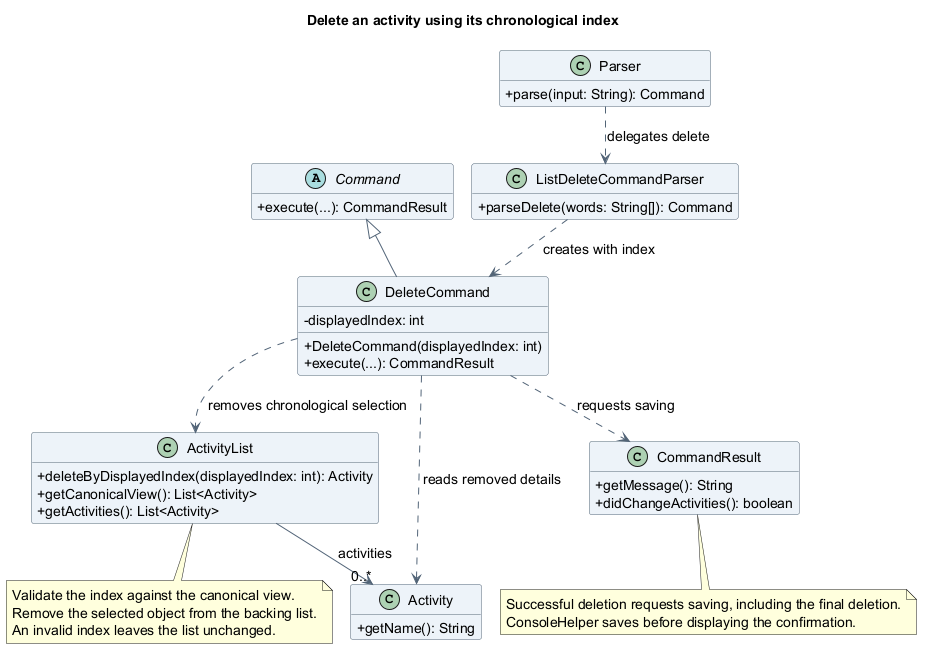
Above: docs/images/asyraf/class/DeleteActivityClassDiagram.png in AY2627S1-CS2113-T10-4/tp (PlantUML), before the change. Source of this version:
```plantuml
@startuml
!pragma layout smetana
title Delete an activity using its chronological index
skinparam backgroundColor white
skinparam shadowing false
skinparam defaultFontName SansSerif
skinparam defaultFontSize 14
skinparam ArrowColor #526477
skinparam classAttributeIconSize 0
skinparam classBackgroundColor #EDF3F8
skinparam classBorderColor #526477
hide empty members

abstract class Command {
  +execute(...): CommandResult
}
class Parser {
  +parse(input: String): Command
}
class ListDeleteCommandParser {
  +parseDelete(words: String[]): Command
}
class DeleteCommand {
  -displayedIndex: int
  +DeleteCommand(displayedIndex: int)
  +execute(...): CommandResult
}
class ActivityList {
  +deleteByDisplayedIndex(displayedIndex: int): Activity
  +getCanonicalView(): List<Activity>
  +getActivities(): List<Activity>
}
class Activity {
  +getName(): String
}
class CommandResult {
  +getMessage(): String
  +didChangeActivities(): boolean
}
Command <|-- DeleteCommand
Parser ..> ListDeleteCommandParser : delegates delete
ListDeleteCommandParser ..> DeleteCommand : creates with index
DeleteCommand ..> ActivityList : removes chronological selection
DeleteCommand ..> Activity : reads removed details
DeleteCommand ..> CommandResult : requests saving
ActivityList --> "0..*" Activity : activities
note bottom of ActivityList
  Validate the index against the canonical view.
  Remove the selected object from the backing list.
  An invalid index leaves the list unchanged.
end note
note bottom of CommandResult
  Successful deletion requests saving, including the final deletion.
  ConsoleHelper saves before displaying the confirmation.
end note
@enduml
```
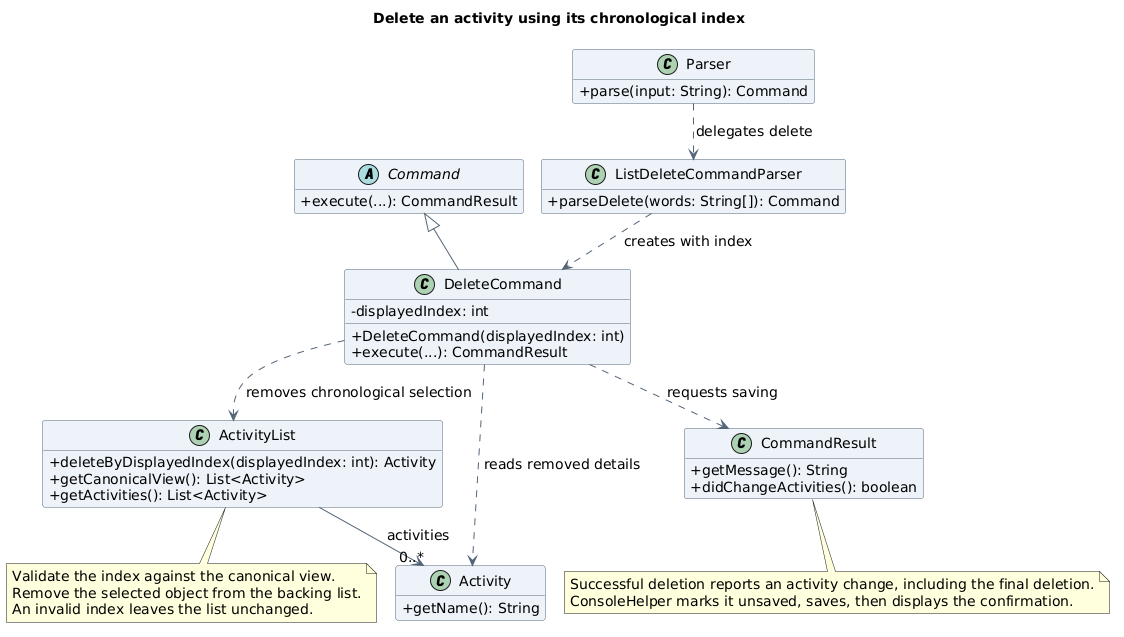
The same file after the commit.

Commit message:
docs(asyraf): align deletion diagrams with save flow

Change to the diagram source:
```diff
@@ -3,7 +3,7 @@
 title Delete an activity using its chronological index
 skinparam backgroundColor white
 skinparam shadowing false
-skinparam defaultFontName SansSerif
+skinparam defaultFontName "DejaVu Sans"
 skinparam defaultFontSize 14
 skinparam ArrowColor #526477
 skinparam classAttributeIconSize 0
@@ -50,7 +50,7 @@
   An invalid index leaves the list unchanged.
 end note
 note bottom of CommandResult
-  Successful deletion requests saving, including the final deletion.
-  ConsoleHelper saves before displaying the confirmation.
+  Successful deletion reports an activity change, including the final deletion.
+  ConsoleHelper marks it unsaved, saves, then displays the confirmation.
 end note
 @enduml
```
